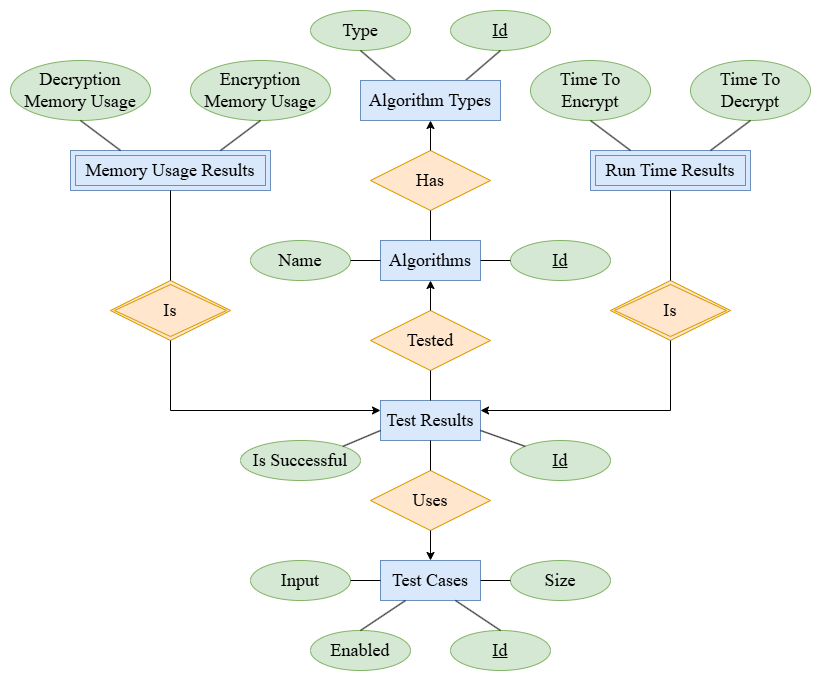
CodeCameleon/Thesis-LaTeX keeps this draw.io diagram as Figures/EntityRelationship.png. Above is the earlier version. Source tidied: cells renumbered, new cells last; positions are measured from the earlier drawing's top-left corner, leaving out a move shared by most shapes. The source it was exported from:
```xml
<mxGraphModel>
  <root>
    <mxCell id="0" />
    <mxCell id="1" parent="0" />
    <mxCell id="2" style="shape=waypoint;sketch=0;fillStyle=solid;size=6;perimeter=centerPerimeter;strokeColor=none;fillColor=none;" parent="1" vertex="1">
      <mxGeometry width="20" height="20" as="geometry" />
    </mxCell>
    <mxCell id="3" value="Id" style="ellipse;whiteSpace=wrap;html=1;align=center;fontFamily=Times New Roman;fontSize=18;fillColor=#d5e8d4;strokeColor=#82b366;verticalAlign=middle;fontStyle=4;" parent="1" vertex="1">
      <mxGeometry x="450" y="10" width="100" height="40" as="geometry" />
    </mxCell>
    <mxCell id="4" value="Type" style="ellipse;whiteSpace=wrap;html=1;align=center;fontFamily=Times New Roman;fontSize=18;fillColor=#d5e8d4;strokeColor=#82b366;" parent="1" vertex="1">
      <mxGeometry x="310" y="10" width="100" height="40" as="geometry" />
    </mxCell>
    <mxCell id="5" style="endArrow=none;html=1;rounded=0;exitX=0.5;exitY=1;exitDx=0;exitDy=0;entryX=0.75;entryY=0;entryDx=0;entryDy=0;" parent="1" edge="1" source="3" target="16">
      <mxGeometry relative="1" as="geometry" />
    </mxCell>
    <mxCell id="6" style="endArrow=none;html=1;rounded=0;exitX=0.25;exitY=0;exitDx=0;exitDy=0;entryX=0.5;entryY=1;entryDx=0;entryDy=0;" parent="1" edge="1" source="16" target="4">
      <mxGeometry relative="1" as="geometry" />
    </mxCell>
    <mxCell id="7" value="Algorithms" style="whiteSpace=wrap;html=1;align=center;fillColor=#dae8fc;strokeColor=#6c8ebf;fontSize=18;fontFamily=Times New Roman;" parent="1" vertex="1">
      <mxGeometry x="380" y="240" width="100" height="40" as="geometry" />
    </mxCell>
    <mxCell id="8" value="Id" style="ellipse;whiteSpace=wrap;html=1;align=center;fontFamily=Times New Roman;fontSize=18;fillColor=#d5e8d4;strokeColor=#82b366;verticalAlign=middle;fontStyle=4;" parent="1" vertex="1">
      <mxGeometry x="510" y="240" width="100" height="40" as="geometry" />
    </mxCell>
    <mxCell id="9" style="endArrow=none;html=1;rounded=0;exitX=0;exitY=0.5;exitDx=0;exitDy=0;entryX=1;entryY=0.5;entryDx=0;entryDy=0;" parent="1" edge="1" source="8" target="7">
      <mxGeometry relative="1" as="geometry" />
    </mxCell>
    <mxCell id="10" value="Name" style="ellipse;whiteSpace=wrap;html=1;align=center;fontFamily=Times New Roman;fontSize=18;fillColor=#d5e8d4;strokeColor=#82b366;" parent="1" vertex="1">
      <mxGeometry x="250" y="240" width="100" height="40" as="geometry" />
    </mxCell>
    <mxCell id="11" style="endArrow=none;html=1;rounded=0;exitX=0;exitY=0.5;exitDx=0;exitDy=0;entryX=1;entryY=0.5;entryDx=0;entryDy=0;" parent="1" edge="1" source="7" target="10">
      <mxGeometry relative="1" as="geometry" />
    </mxCell>
    <mxCell id="12" value="Has" style="shape=rhombus;perimeter=rhombusPerimeter;whiteSpace=wrap;html=1;align=center;fillColor=#ffe6cc;strokeColor=#d79b00;fontSize=18;fontFamily=Times New Roman;" parent="1" vertex="1">
      <mxGeometry x="370" y="150" width="120" height="60" as="geometry" />
    </mxCell>
    <mxCell id="13" style="endArrow=none;html=1;rounded=0;exitX=0.5;exitY=1;exitDx=0;exitDy=0;entryX=0.5;entryY=0;entryDx=0;entryDy=0;startArrow=classic;startFill=1;" parent="1" edge="1" source="16" target="12">
      <mxGeometry relative="1" as="geometry" />
    </mxCell>
    <mxCell id="14" style="endArrow=none;html=1;rounded=0;exitX=0.5;exitY=1;exitDx=0;exitDy=0;entryX=0.5;entryY=0;entryDx=0;entryDy=0;" parent="1" edge="1" source="12" target="7">
      <mxGeometry relative="1" as="geometry" />
    </mxCell>
    <mxCell id="15" value="Test Results" style="whiteSpace=wrap;html=1;align=center;fillColor=#dae8fc;strokeColor=#6c8ebf;fontSize=18;fontFamily=Times New Roman;" parent="1" vertex="1">
      <mxGeometry x="380" y="400" width="100" height="40" as="geometry" />
    </mxCell>
    <mxCell id="16" value="Algorithm Types" style="whiteSpace=wrap;html=1;align=center;fillColor=#dae8fc;strokeColor=#6c8ebf;fontSize=18;fontFamily=Times New Roman;" parent="1" vertex="1">
      <mxGeometry x="360" y="80" width="140" height="40" as="geometry" />
    </mxCell>
    <mxCell id="17" value="Id" style="ellipse;whiteSpace=wrap;html=1;align=center;fontFamily=Times New Roman;fontSize=18;fillColor=#d5e8d4;strokeColor=#82b366;verticalAlign=middle;fontStyle=4;" parent="1" vertex="1">
      <mxGeometry x="510" y="440" width="100" height="40" as="geometry" />
    </mxCell>
    <mxCell id="18" style="endArrow=none;html=1;rounded=0;exitX=0;exitY=0;exitDx=0;exitDy=0;entryX=1;entryY=0.75;entryDx=0;entryDy=0;" parent="1" edge="1" source="17" target="15">
      <mxGeometry relative="1" as="geometry" />
    </mxCell>
    <mxCell id="19" value="Is Successful" style="ellipse;whiteSpace=wrap;html=1;align=center;fontFamily=Times New Roman;fontSize=18;fillColor=#d5e8d4;strokeColor=#82b366;" parent="1" vertex="1">
      <mxGeometry x="240" y="440" width="120" height="40" as="geometry" />
    </mxCell>
    <mxCell id="20" style="endArrow=none;html=1;rounded=0;exitX=0;exitY=0.75;exitDx=0;exitDy=0;entryX=1;entryY=0;entryDx=0;entryDy=0;" parent="1" edge="1" source="15" target="19">
      <mxGeometry relative="1" as="geometry" />
    </mxCell>
    <mxCell id="21" value="Tested" style="shape=rhombus;perimeter=rhombusPerimeter;whiteSpace=wrap;html=1;align=center;fillColor=#ffe6cc;strokeColor=#d79b00;fontSize=18;fontFamily=Times New Roman;" parent="1" vertex="1">
      <mxGeometry x="370" y="310" width="120" height="60" as="geometry" />
    </mxCell>
    <mxCell id="22" style="endArrow=none;html=1;rounded=0;exitX=0.5;exitY=1;exitDx=0;exitDy=0;entryX=0.5;entryY=0;entryDx=0;entryDy=0;startArrow=classic;startFill=1;" parent="1" edge="1" source="7" target="21">
      <mxGeometry relative="1" as="geometry" />
    </mxCell>
    <mxCell id="23" style="endArrow=none;html=1;rounded=0;exitX=0.5;exitY=0;exitDx=0;exitDy=0;entryX=0.5;entryY=1;entryDx=0;entryDy=0;" parent="1" edge="1" source="15" target="21">
      <mxGeometry relative="1" as="geometry" />
    </mxCell>
    <mxCell id="24" value="Test Cases" style="whiteSpace=wrap;html=1;align=center;fillColor=#dae8fc;strokeColor=#6c8ebf;fontSize=18;fontFamily=Times New Roman;" parent="1" vertex="1">
      <mxGeometry x="380" y="560" width="100" height="40" as="geometry" />
    </mxCell>
    <mxCell id="25" value="Id" style="ellipse;whiteSpace=wrap;html=1;align=center;fontFamily=Times New Roman;fontSize=18;fillColor=#d5e8d4;strokeColor=#82b366;verticalAlign=middle;fontStyle=4;" parent="1" vertex="1">
      <mxGeometry x="450" y="630" width="100" height="40" as="geometry" />
    </mxCell>
    <mxCell id="26" style="endArrow=none;html=1;rounded=0;exitX=0.5;exitY=0;exitDx=0;exitDy=0;entryX=0.75;entryY=1;entryDx=0;entryDy=0;" parent="1" edge="1" source="25" target="24">
      <mxGeometry relative="1" as="geometry" />
    </mxCell>
    <mxCell id="27" value="Enabled" style="ellipse;whiteSpace=wrap;html=1;align=center;fontFamily=Times New Roman;fontSize=18;fillColor=#d5e8d4;strokeColor=#82b366;" parent="1" vertex="1">
      <mxGeometry x="310" y="630" width="100" height="40" as="geometry" />
    </mxCell>
    <mxCell id="28" style="endArrow=none;html=1;rounded=0;exitX=0.5;exitY=0;exitDx=0;exitDy=0;entryX=0.25;entryY=1;entryDx=0;entryDy=0;" parent="1" edge="1" source="27" target="24">
      <mxGeometry relative="1" as="geometry" />
    </mxCell>
    <mxCell id="29" value="Input" style="ellipse;whiteSpace=wrap;html=1;align=center;fontFamily=Times New Roman;fontSize=18;fillColor=#d5e8d4;strokeColor=#82b366;" parent="1" vertex="1">
      <mxGeometry x="250" y="560" width="100" height="40" as="geometry" />
    </mxCell>
    <mxCell id="30" style="endArrow=none;html=1;rounded=0;exitX=0;exitY=0.5;exitDx=0;exitDy=0;entryX=1;entryY=0.5;entryDx=0;entryDy=0;" parent="1" edge="1" source="24" target="29">
      <mxGeometry relative="1" as="geometry" />
    </mxCell>
    <mxCell id="31" value="Size" style="ellipse;whiteSpace=wrap;html=1;align=center;fontFamily=Times New Roman;fontSize=18;fillColor=#d5e8d4;strokeColor=#82b366;" parent="1" vertex="1">
      <mxGeometry x="510" y="560" width="100" height="40" as="geometry" />
    </mxCell>
    <mxCell id="32" style="endArrow=none;html=1;rounded=0;exitX=0;exitY=0.5;exitDx=0;exitDy=0;entryX=1;entryY=0.5;entryDx=0;entryDy=0;" parent="1" edge="1" source="31" target="24">
      <mxGeometry relative="1" as="geometry" />
    </mxCell>
    <mxCell id="33" value="Uses" style="shape=rhombus;perimeter=rhombusPerimeter;whiteSpace=wrap;html=1;align=center;fillColor=#ffe6cc;strokeColor=#d79b00;fontSize=18;fontFamily=Times New Roman;" parent="1" vertex="1">
      <mxGeometry x="370" y="470" width="120" height="60" as="geometry" />
    </mxCell>
    <mxCell id="34" style="endArrow=none;html=1;rounded=0;exitX=0.5;exitY=1;exitDx=0;exitDy=0;entryX=0.5;entryY=0;entryDx=0;entryDy=0;" parent="1" edge="1" source="15" target="33">
      <mxGeometry relative="1" as="geometry" />
    </mxCell>
    <mxCell id="35" style="endArrow=none;html=1;rounded=0;exitX=0.5;exitY=0;exitDx=0;exitDy=0;entryX=0.5;entryY=1;entryDx=0;entryDy=0;startArrow=classic;startFill=1;" parent="1" edge="1" source="24" target="33">
      <mxGeometry relative="1" as="geometry" />
    </mxCell>
    <mxCell id="36" value="Run Time Results" style="shape=ext;margin=3;double=1;whiteSpace=wrap;html=1;align=center;fillColor=#dae8fc;strokeColor=#6c8ebf;fontSize=18;fontFamily=Times New Roman;" parent="1" vertex="1">
      <mxGeometry x="590" y="150" width="160" height="40" as="geometry" />
    </mxCell>
    <mxCell id="37" value="Is" style="shape=rhombus;double=1;perimeter=rhombusPerimeter;whiteSpace=wrap;html=1;align=center;fontFamily=Times New Roman;fontSize=18;fillColor=#ffe6cc;strokeColor=#d79b00;" parent="1" vertex="1">
      <mxGeometry x="610" y="280" width="120" height="60" as="geometry" />
    </mxCell>
    <mxCell id="38" style="endArrow=none;html=1;rounded=0;exitX=1;exitY=0.25;exitDx=0;exitDy=0;entryX=0.5;entryY=1;entryDx=0;entryDy=0;startArrow=classic;startFill=1;edgeStyle=orthogonalEdgeStyle;" parent="1" edge="1" source="15" target="37">
      <mxGeometry relative="1" as="geometry" />
    </mxCell>
    <mxCell id="39" style="endArrow=none;html=1;rounded=0;entryX=0.5;entryY=1;entryDx=0;entryDy=0;exitX=0.5;exitY=0;exitDx=0;exitDy=0;" parent="1" edge="1" source="37" target="36">
      <mxGeometry relative="1" as="geometry" />
    </mxCell>
    <mxCell id="40" value="Time To Decrypt" style="ellipse;whiteSpace=wrap;html=1;align=center;fontFamily=Times New Roman;fontSize=18;fillColor=#d5e8d4;strokeColor=#82b366;" parent="1" vertex="1">
      <mxGeometry x="690" y="60" width="120" height="60" as="geometry" />
    </mxCell>
    <mxCell id="41" value="Time To Encrypt" style="ellipse;whiteSpace=wrap;html=1;align=center;fontFamily=Times New Roman;fontSize=18;fillColor=#d5e8d4;strokeColor=#82b366;" parent="1" vertex="1">
      <mxGeometry x="530" y="60" width="120" height="60" as="geometry" />
    </mxCell>
    <mxCell id="42" style="endArrow=none;html=1;rounded=0;entryX=0.75;entryY=0;entryDx=0;entryDy=0;exitX=0.5;exitY=1;exitDx=0;exitDy=0;" parent="1" edge="1" source="40" target="36">
      <mxGeometry relative="1" as="geometry" />
    </mxCell>
    <mxCell id="43" style="endArrow=none;html=1;rounded=0;entryX=0.5;entryY=1;entryDx=0;entryDy=0;exitX=0.25;exitY=0;exitDx=0;exitDy=0;" parent="1" edge="1" source="36" target="41">
      <mxGeometry relative="1" as="geometry" />
    </mxCell>
    <mxCell id="44" value="Memory Usage Results" style="shape=ext;margin=3;double=1;whiteSpace=wrap;html=1;align=center;fillColor=#dae8fc;strokeColor=#6c8ebf;fontSize=18;fontFamily=Times New Roman;" parent="1" vertex="1">
      <mxGeometry x="70" y="150" width="200" height="40" as="geometry" />
    </mxCell>
    <mxCell id="45" value="Is" style="shape=rhombus;double=1;perimeter=rhombusPerimeter;whiteSpace=wrap;html=1;align=center;fontFamily=Times New Roman;fontSize=18;fillColor=#ffe6cc;strokeColor=#d79b00;" parent="1" vertex="1">
      <mxGeometry x="110" y="280" width="120" height="60" as="geometry" />
    </mxCell>
    <mxCell id="46" style="endArrow=none;html=1;rounded=0;entryX=0.5;entryY=1;entryDx=0;entryDy=0;exitX=0.5;exitY=0;exitDx=0;exitDy=0;" parent="1" edge="1" source="45" target="44">
      <mxGeometry relative="1" as="geometry" />
    </mxCell>
    <mxCell id="47" value="Decryption Memory Usage" style="ellipse;whiteSpace=wrap;html=1;align=center;fontFamily=Times New Roman;fontSize=18;fillColor=#d5e8d4;strokeColor=#82b366;" parent="1" vertex="1">
      <mxGeometry x="10" y="60" width="140" height="60" as="geometry" />
    </mxCell>
    <mxCell id="48" value="Encryption Memory Usage" style="ellipse;whiteSpace=wrap;html=1;align=center;fontFamily=Times New Roman;fontSize=18;fillColor=#d5e8d4;strokeColor=#82b366;" parent="1" vertex="1">
      <mxGeometry x="190" y="60" width="140" height="60" as="geometry" />
    </mxCell>
    <mxCell id="49" style="endArrow=none;html=1;rounded=0;entryX=0.25;entryY=0;entryDx=0;entryDy=0;exitX=0.5;exitY=1;exitDx=0;exitDy=0;" parent="1" edge="1" source="47" target="44">
      <mxGeometry relative="1" as="geometry" />
    </mxCell>
    <mxCell id="50" style="endArrow=none;html=1;rounded=0;entryX=0.75;entryY=0;entryDx=0;entryDy=0;exitX=0.5;exitY=1;exitDx=0;exitDy=0;" parent="1" edge="1" source="48" target="44">
      <mxGeometry relative="1" as="geometry" />
    </mxCell>
    <mxCell id="51" style="endArrow=none;html=1;rounded=0;exitX=0;exitY=0.25;exitDx=0;exitDy=0;entryX=0.5;entryY=1;entryDx=0;entryDy=0;startArrow=classic;startFill=1;edgeStyle=orthogonalEdgeStyle;" parent="1" edge="1" source="15" target="45">
      <mxGeometry relative="1" as="geometry" />
    </mxCell>
    <mxCell id="52" style="shape=waypoint;sketch=0;fillStyle=solid;size=6;perimeter=centerPerimeter;strokeColor=none;fillColor=none;" parent="1" vertex="1">
      <mxGeometry x="800" width="20" height="20" as="geometry" />
    </mxCell>
    <mxCell id="53" style="shape=waypoint;sketch=0;fillStyle=solid;size=6;perimeter=centerPerimeter;strokeColor=none;fillColor=none;" parent="1" vertex="1">
      <mxGeometry x="800" y="660" width="20" height="20" as="geometry" />
    </mxCell>
    <mxCell id="54" style="shape=waypoint;sketch=0;fillStyle=solid;size=6;perimeter=centerPerimeter;fillColor=none;strokeColor=none;" parent="1" vertex="1">
      <mxGeometry y="660" width="20" height="20" as="geometry" />
    </mxCell>
  </root>
</mxGraphModel>
```
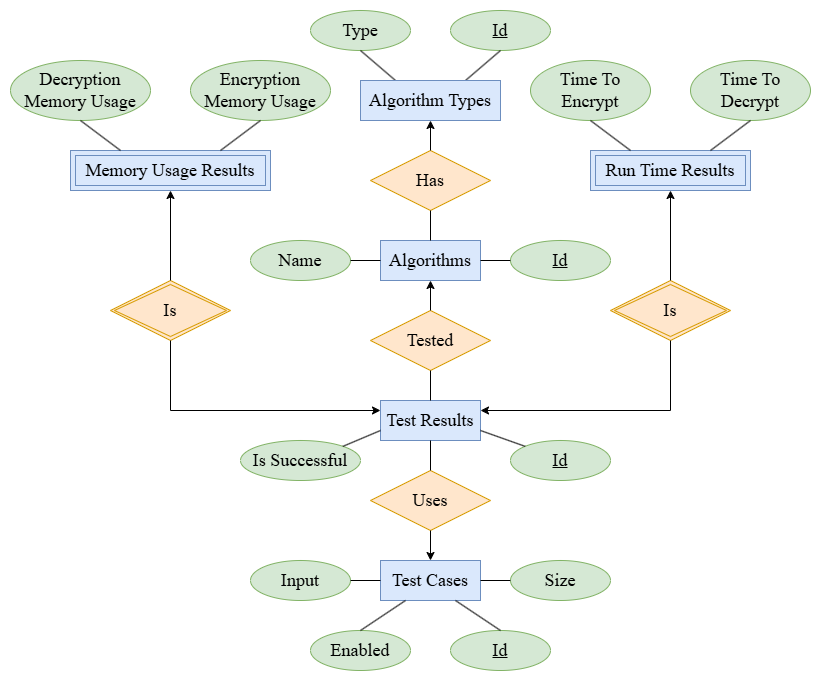
After the commit.

Commit message:
Corrected a small mistake in the plan chapter.

Diff of the diagram source:
```diff
@@ -113,7 +113,7 @@
     <mxCell id="38" style="endArrow=none;html=1;rounded=0;exitX=1;exitY=0.25;exitDx=0;exitDy=0;entryX=0.5;entryY=1;entryDx=0;entryDy=0;startArrow=classic;startFill=1;edgeStyle=orthogonalEdgeStyle;" parent="1" edge="1" source="15" target="37">
       <mxGeometry relative="1" as="geometry" />
     </mxCell>
-    <mxCell id="39" style="endArrow=none;html=1;rounded=0;entryX=0.5;entryY=1;entryDx=0;entryDy=0;exitX=0.5;exitY=0;exitDx=0;exitDy=0;" parent="1" edge="1" source="37" target="36">
+    <mxCell id="39" style="endArrow=classic;html=1;rounded=0;entryX=0.5;entryY=1;entryDx=0;entryDy=0;exitX=0.5;exitY=0;exitDx=0;exitDy=0;endFill=1;" parent="1" edge="1" source="37" target="36">
       <mxGeometry relative="1" as="geometry" />
     </mxCell>
     <mxCell id="40" value="Time To Decrypt" style="ellipse;whiteSpace=wrap;html=1;align=center;fontFamily=Times New Roman;fontSize=18;fillColor=#d5e8d4;strokeColor=#82b366;" parent="1" vertex="1">
@@ -134,7 +134,7 @@
     <mxCell id="45" value="Is" style="shape=rhombus;double=1;perimeter=rhombusPerimeter;whiteSpace=wrap;html=1;align=center;fontFamily=Times New Roman;fontSize=18;fillColor=#ffe6cc;strokeColor=#d79b00;" parent="1" vertex="1">
       <mxGeometry x="110" y="280" width="120" height="60" as="geometry" />
     </mxCell>
-    <mxCell id="46" style="endArrow=none;html=1;rounded=0;entryX=0.5;entryY=1;entryDx=0;entryDy=0;exitX=0.5;exitY=0;exitDx=0;exitDy=0;" parent="1" edge="1" source="45" target="44">
+    <mxCell id="46" style="endArrow=classic;html=1;rounded=0;entryX=0.5;entryY=1;entryDx=0;entryDy=0;exitX=0.5;exitY=0;exitDx=0;exitDy=0;startArrow=none;startFill=0;endFill=1;" parent="1" edge="1" source="45" target="44">
       <mxGeometry relative="1" as="geometry" />
     </mxCell>
     <mxCell id="47" value="Decryption Memory Usage" style="ellipse;whiteSpace=wrap;html=1;align=center;fontFamily=Times New Roman;fontSize=18;fillColor=#d5e8d4;strokeColor=#82b366;" parent="1" vertex="1">
```
